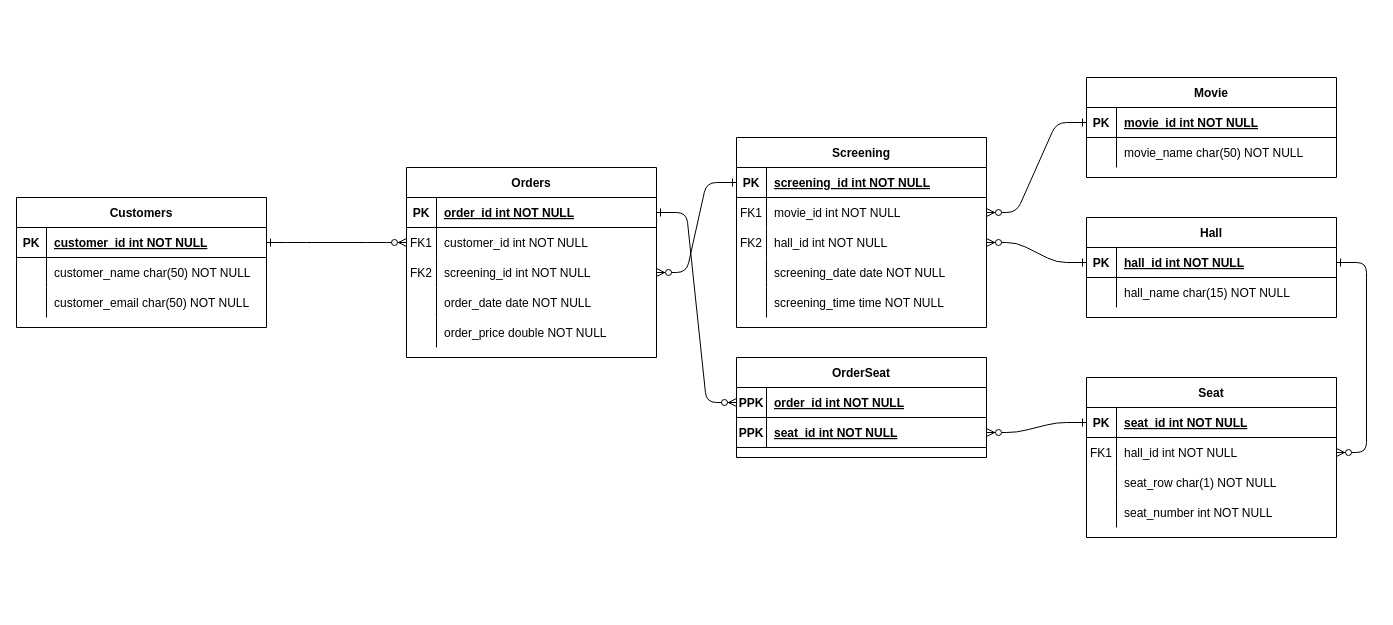
This is database-design.drawio from boolean-uk/database-design, a draw.io file, before an edit. Source tidied: cells renumbered, new cells numbered last; positions are measured from the earlier drawing's top-left corner, leaving out a move shared by most shapes. Both pictures are drawn from the tidied source at 100%, with x=0, y=0 at pixel (16, 77).
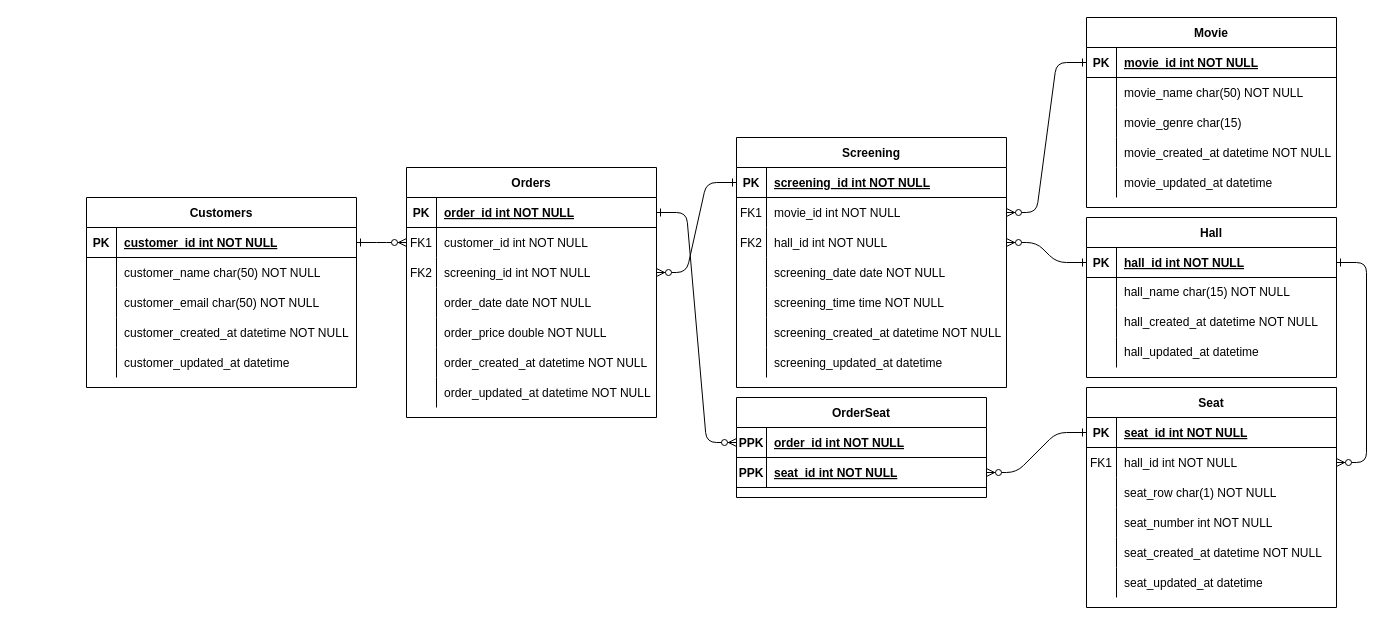
Above is the later version.

The change refers to these unchanged cells:
```xml
<mxCell id="50" style="shape=partialRectangle;fillColor=none;top=0;left=0;right=0;bottom=0;" parent="46" vertex="1">
  <mxGeometry y="60" width="250" height="30" as="geometry" />
</mxCell>
```

What changed in the source:
```diff
@@
     <mxCell id="4" value="Orders" style="shape=table;startSize=30;childLayout=tableLayout;rowLines=0;fontStyle=1;align=center;" parent="1" vertex="1">
-      <mxGeometry x="390" y="90" width="250" height="190" as="geometry" />
+      <mxGeometry x="390" y="90" width="250" height="250" as="geometry" />
     </mxCell>
@@
+    <mxCell id="85" style="shape=partialRectangle;fillColor=none;top=0;left=0;right=0;bottom=0;" parent="4" vertex="1">
+      <mxGeometry y="180" width="250" height="30" as="geometry" />
+    </mxCell>
+    <mxCell id="86" style="shape=partialRectangle;overflow=hidden;fillColor=none;top=0;left=0;bottom=0;right=0;" parent="85" vertex="1">
+      <mxGeometry width="30" height="30" as="geometry" />
+    </mxCell>
+    <mxCell id="87" value="order_created_at datetime NOT NULL" style="shape=partialRectangle;overflow=hidden;fillColor=none;top=0;left=0;bottom=0;right=0;align=left;spacingLeft=6;" parent="85" vertex="1">
+      <mxGeometry x="30" width="220" height="30" as="geometry" />
+    </mxCell>
+    <mxCell id="88" style="shape=partialRectangle;fillColor=none;top=0;left=0;right=0;bottom=0;" parent="4" vertex="1">
+      <mxGeometry y="210" width="250" height="30" as="geometry" />
+    </mxCell>
+    <mxCell id="89" style="shape=partialRectangle;overflow=hidden;fillColor=none;top=0;left=0;bottom=0;right=0;" parent="88" vertex="1">
+      <mxGeometry width="30" height="30" as="geometry" />
+    </mxCell>
+    <mxCell id="90" value="order_updated_at datetime NOT NULL" style="shape=partialRectangle;overflow=hidden;fillColor=none;top=0;left=0;bottom=0;right=0;align=left;spacingLeft=6;" parent="88" vertex="1">
+      <mxGeometry x="30" width="220" height="30" as="geometry" />
+    </mxCell>
     <mxCell id="20" value="Screening" style="shape=table;startSize=30;childLayout=tableLayout;rowLines=0;fontStyle=1;align=center;" parent="1" vertex="1">
-      <mxGeometry x="720" y="60" width="250" height="190" as="geometry" />
+      <mxGeometry x="720" y="60" width="270" height="250" as="geometry" />
     </mxCell>
     <mxCell id="21" style="shape=partialRectangle;fillColor=none;points=[[0,0.5],[1,0.5]];portConstraint=eastwest;top=0;left=0;right=0;bottom=1;" parent="20" vertex="1">
-      <mxGeometry y="30" width="250" height="30" as="geometry" />
+      <mxGeometry y="30" width="270" height="30" as="geometry" />
     </mxCell>
@@
     <mxCell id="23" value="screening_id int NOT NULL " style="shape=partialRectangle;overflow=hidden;fillColor=none;top=0;left=0;bottom=0;right=0;align=left;spacingLeft=6;fontStyle=5;" parent="21" vertex="1">
-      <mxGeometry x="30" width="220" height="30" as="geometry" />
+      <mxGeometry x="30" width="240" height="30" as="geometry" />
     </mxCell>
     <mxCell id="24" style="shape=partialRectangle;fillColor=none;points=[[0,0.5],[1,0.5]];portConstraint=eastwest;top=0;left=0;right=0;bottom=0;" parent="20" vertex="1">
-      <mxGeometry y="60" width="250" height="30" as="geometry" />
+      <mxGeometry y="60" width="270" height="30" as="geometry" />
     </mxCell>
@@
     <mxCell id="26" value="movie_id int NOT NULL" style="shape=partialRectangle;overflow=hidden;fillColor=none;top=0;left=0;bottom=0;right=0;align=left;spacingLeft=6;" parent="24" vertex="1">
-      <mxGeometry x="30" width="220" height="30" as="geometry" />
+      <mxGeometry x="30" width="240" height="30" as="geometry" />
     </mxCell>
     <mxCell id="27" style="shape=partialRectangle;fillColor=none;points=[[0,0.5],[1,0.5]];portConstraint=eastwest;top=0;left=0;right=0;bottom=0;" parent="20" vertex="1">
-      <mxGeometry y="90" width="250" height="30" as="geometry" />
+      <mxGeometry y="90" width="270" height="30" as="geometry" />
     </mxCell>
@@
     <mxCell id="29" value="hall_id int NOT NULL" style="shape=partialRectangle;overflow=hidden;fillColor=none;top=0;left=0;bottom=0;right=0;align=left;spacingLeft=6;" parent="27" vertex="1">
-      <mxGeometry x="30" width="220" height="30" as="geometry" />
+      <mxGeometry x="30" width="240" height="30" as="geometry" />
     </mxCell>
     <mxCell id="30" style="shape=partialRectangle;fillColor=none;top=0;left=0;right=0;bottom=0;" parent="20" vertex="1">
-      <mxGeometry y="120" width="250" height="30" as="geometry" />
+      <mxGeometry y="120" width="270" height="30" as="geometry" />
     </mxCell>
@@
     <mxCell id="32" value="screening_date date NOT NULL" style="shape=partialRectangle;overflow=hidden;fillColor=none;top=0;left=0;bottom=0;right=0;align=left;spacingLeft=6;" parent="30" vertex="1">
-      <mxGeometry x="30" width="220" height="30" as="geometry" />
+      <mxGeometry x="30" width="240" height="30" as="geometry" />
     </mxCell>
     <mxCell id="33" style="shape=partialRectangle;fillColor=none;top=0;left=0;right=0;bottom=0;" parent="20" vertex="1">
-      <mxGeometry y="150" width="250" height="30" as="geometry" />
+      <mxGeometry y="150" width="270" height="30" as="geometry" />
     </mxCell>
@@
     <mxCell id="35" value="screening_time time NOT NULL" style="shape=partialRectangle;overflow=hidden;fillColor=none;top=0;left=0;bottom=0;right=0;align=left;spacingLeft=6;" parent="33" vertex="1">
-      <mxGeometry x="30" width="220" height="30" as="geometry" />
+      <mxGeometry x="30" width="240" height="30" as="geometry" />
     </mxCell>
+    <mxCell id="91" style="shape=partialRectangle;fillColor=none;top=0;left=0;right=0;bottom=0;" parent="20" vertex="1">
+      <mxGeometry y="180" width="270" height="30" as="geometry" />
+    </mxCell>
+    <mxCell id="92" style="shape=partialRectangle;overflow=hidden;fillColor=none;top=0;left=0;bottom=0;right=0;" parent="91" vertex="1">
+      <mxGeometry width="30" height="30" as="geometry" />
+    </mxCell>
+    <mxCell id="93" value="screening_created_at datetime NOT NULL" style="shape=partialRectangle;overflow=hidden;fillColor=none;top=0;left=0;bottom=0;right=0;align=left;spacingLeft=6;" parent="91" vertex="1">
+      <mxGeometry x="30" width="240" height="30" as="geometry" />
+    </mxCell>
+    <mxCell id="94" style="shape=partialRectangle;fillColor=none;top=0;left=0;right=0;bottom=0;" parent="20" vertex="1">
+      <mxGeometry y="210" width="270" height="30" as="geometry" />
+    </mxCell>
+    <mxCell id="95" style="shape=partialRectangle;overflow=hidden;fillColor=none;top=0;left=0;bottom=0;right=0;" parent="94" vertex="1">
+      <mxGeometry width="30" height="30" as="geometry" />
+    </mxCell>
+    <mxCell id="96" value="screening_updated_at datetime" style="shape=partialRectangle;overflow=hidden;fillColor=none;top=0;left=0;bottom=0;right=0;align=left;spacingLeft=6;" parent="94" vertex="1">
+      <mxGeometry x="30" width="240" height="30" as="geometry" />
+    </mxCell>
     <mxCell id="36" value="Customers" style="shape=table;startSize=30;childLayout=tableLayout;rowLines=0;fontStyle=1;align=center;" parent="1" vertex="1">
-      <mxGeometry y="120" width="250" height="130" as="geometry" />
+      <mxGeometry x="70" y="120" width="270" height="190" as="geometry" />
     </mxCell>
     <mxCell id="37" style="shape=partialRectangle;fillColor=none;points=[[0,0.5],[1,0.5]];portConstraint=eastwest;top=0;left=0;right=0;bottom=1;" parent="36" vertex="1">
-      <mxGeometry y="30" width="250" height="30" as="geometry" />
+      <mxGeometry y="30" width="270" height="30" as="geometry" />
     </mxCell>
@@
     <mxCell id="39" value="customer_id int NOT NULL " style="shape=partialRectangle;overflow=hidden;fillColor=none;top=0;left=0;bottom=0;right=0;align=left;spacingLeft=6;fontStyle=5;" parent="37" vertex="1">
-      <mxGeometry x="30" width="220" height="30" as="geometry" />
+      <mxGeometry x="30" width="240" height="30" as="geometry" />
     </mxCell>
     <mxCell id="40" style="shape=partialRectangle;fillColor=none;top=0;left=0;right=0;bottom=0;" parent="36" vertex="1">
-      <mxGeometry y="60" width="250" height="30" as="geometry" />
+      <mxGeometry y="60" width="270" height="30" as="geometry" />
     </mxCell>
@@
     <mxCell id="42" value="customer_name char(50) NOT NULL" style="shape=partialRectangle;overflow=hidden;fillColor=none;top=0;left=0;bottom=0;right=0;align=left;spacingLeft=6;" parent="40" vertex="1">
-      <mxGeometry x="30" width="220" height="30" as="geometry" />
+      <mxGeometry x="30" width="240" height="30" as="geometry" />
     </mxCell>
     <mxCell id="43" style="shape=partialRectangle;fillColor=none;top=0;left=0;right=0;bottom=0;" parent="36" vertex="1">
-      <mxGeometry y="90" width="250" height="30" as="geometry" />
+      <mxGeometry y="90" width="270" height="30" as="geometry" />
     </mxCell>
@@
     <mxCell id="45" value="customer_email char(50) NOT NULL" style="shape=partialRectangle;overflow=hidden;fillColor=none;top=0;left=0;bottom=0;right=0;align=left;spacingLeft=6;" parent="43" vertex="1">
-      <mxGeometry x="30" width="220" height="30" as="geometry" />
+      <mxGeometry x="30" width="240" height="30" as="geometry" />
     </mxCell>
+    <mxCell id="97" style="shape=partialRectangle;fillColor=none;top=0;left=0;right=0;bottom=0;" parent="36" vertex="1">
+      <mxGeometry y="120" width="270" height="30" as="geometry" />
+    </mxCell>
+    <mxCell id="98" style="shape=partialRectangle;overflow=hidden;fillColor=none;top=0;left=0;bottom=0;right=0;" parent="97" vertex="1">
+      <mxGeometry width="30" height="30" as="geometry" />
+    </mxCell>
+    <mxCell id="99" value="customer_created_at datetime NOT NULL" style="shape=partialRectangle;overflow=hidden;fillColor=none;top=0;left=0;bottom=0;right=0;align=left;spacingLeft=6;" parent="97" vertex="1">
+      <mxGeometry x="30" width="240" height="30" as="geometry" />
+    </mxCell>
+    <mxCell id="100" style="shape=partialRectangle;fillColor=none;top=0;left=0;right=0;bottom=0;" parent="36" vertex="1">
+      <mxGeometry y="150" width="270" height="30" as="geometry" />
+    </mxCell>
+    <mxCell id="101" style="shape=partialRectangle;overflow=hidden;fillColor=none;top=0;left=0;bottom=0;right=0;" parent="100" vertex="1">
+      <mxGeometry width="30" height="30" as="geometry" />
+    </mxCell>
+    <mxCell id="102" value="customer_updated_at datetime" style="shape=partialRectangle;overflow=hidden;fillColor=none;top=0;left=0;bottom=0;right=0;align=left;spacingLeft=6;" parent="100" vertex="1">
+      <mxGeometry x="30" width="240" height="30" as="geometry" />
+    </mxCell>
     <mxCell id="46" value="Hall" style="shape=table;startSize=30;childLayout=tableLayout;rowLines=0;fontStyle=1;align=center;" parent="1" vertex="1">
-      <mxGeometry x="1070" y="140" width="250" height="100" as="geometry" />
+      <mxGeometry x="1070" y="140" width="250" height="160" as="geometry" />
     </mxCell>
@@
-    <mxCell id="52" value="hall_name char(15) NOT NULL" style="shape=partialRectangle;overflow=hidden;fillColor=none;top=0;left=0;bottom=0;right=0;align=left;spacingLeft=6;" parent="50" vertex="1">
+    <mxCell id="52" value="hall_name char(15) NOT NULL" style="shape=partialRectangle;overflow=hidden;fillColor=none;top=0;left=0;bottom=0;right=0;align=left;spacingLeft=6;whiteSpace=wrap;" parent="50" vertex="1">
       <mxGeometry x="30" width="220" height="30" as="geometry" />
     </mxCell>
+    <mxCell id="103" style="shape=partialRectangle;fillColor=none;top=0;left=0;right=0;bottom=0;" parent="46" vertex="1">
+      <mxGeometry y="90" width="250" height="30" as="geometry" />
+    </mxCell>
+    <mxCell id="104" style="shape=partialRectangle;overflow=hidden;fillColor=none;top=0;left=0;bottom=0;right=0;" parent="103" vertex="1">
+      <mxGeometry width="30" height="30" as="geometry" />
+    </mxCell>
+    <mxCell id="105" value="hall_created_at datetime NOT NULL" style="shape=partialRectangle;overflow=hidden;fillColor=none;top=0;left=0;bottom=0;right=0;align=left;spacingLeft=6;whiteSpace=wrap;" parent="103" vertex="1">
+      <mxGeometry x="30" width="220" height="30" as="geometry" />
+    </mxCell>
+    <mxCell id="106" style="shape=partialRectangle;fillColor=none;top=0;left=0;right=0;bottom=0;" parent="46" vertex="1">
+      <mxGeometry y="120" width="250" height="30" as="geometry" />
+    </mxCell>
+    <mxCell id="107" style="shape=partialRectangle;overflow=hidden;fillColor=none;top=0;left=0;bottom=0;right=0;" parent="106" vertex="1">
+      <mxGeometry width="30" height="30" as="geometry" />
+    </mxCell>
+    <mxCell id="108" value="hall_updated_at datetime" style="shape=partialRectangle;overflow=hidden;fillColor=none;top=0;left=0;bottom=0;right=0;align=left;spacingLeft=6;whiteSpace=wrap;" parent="106" vertex="1">
+      <mxGeometry x="30" width="220" height="30" as="geometry" />
+    </mxCell>
     <mxCell id="53" value="Movie" style="shape=table;startSize=30;childLayout=tableLayout;rowLines=0;fontStyle=1;align=center;" parent="1" vertex="1">
-      <mxGeometry x="1070" width="250" height="100" as="geometry" />
+      <mxGeometry x="1070" y="-60" width="250" height="190" as="geometry" />
     </mxCell>
@@
+    <mxCell id="109" style="shape=partialRectangle;fillColor=none;top=0;left=0;right=0;bottom=0;" parent="53" vertex="1">
+      <mxGeometry y="90" width="250" height="30" as="geometry" />
+    </mxCell>
+    <mxCell id="110" style="shape=partialRectangle;overflow=hidden;fillColor=none;top=0;left=0;bottom=0;right=0;" parent="109" vertex="1">
+      <mxGeometry width="30" height="30" as="geometry" />
+    </mxCell>
+    <mxCell id="111" value="movie_genre char(15)" style="shape=partialRectangle;overflow=hidden;fillColor=none;top=0;left=0;bottom=0;right=0;align=left;spacingLeft=6;" parent="109" vertex="1">
+      <mxGeometry x="30" width="220" height="30" as="geometry" />
+    </mxCell>
+    <mxCell id="112" style="shape=partialRectangle;fillColor=none;top=0;left=0;right=0;bottom=0;" parent="53" vertex="1">
+      <mxGeometry y="120" width="250" height="30" as="geometry" />
+    </mxCell>
+    <mxCell id="113" style="shape=partialRectangle;overflow=hidden;fillColor=none;top=0;left=0;bottom=0;right=0;" parent="112" vertex="1">
+      <mxGeometry width="30" height="30" as="geometry" />
+    </mxCell>
+    <mxCell id="114" value="movie_created_at datetime NOT NULL" style="shape=partialRectangle;overflow=hidden;fillColor=none;top=0;left=0;bottom=0;right=0;align=left;spacingLeft=6;" parent="112" vertex="1">
+      <mxGeometry x="30" width="220" height="30" as="geometry" />
+    </mxCell>
+    <mxCell id="115" style="shape=partialRectangle;fillColor=none;top=0;left=0;right=0;bottom=0;" parent="53" vertex="1">
+      <mxGeometry y="150" width="250" height="30" as="geometry" />
+    </mxCell>
+    <mxCell id="116" style="shape=partialRectangle;overflow=hidden;fillColor=none;top=0;left=0;bottom=0;right=0;" parent="115" vertex="1">
+      <mxGeometry width="30" height="30" as="geometry" />
+    </mxCell>
+    <mxCell id="117" value="movie_updated_at datetime" style="shape=partialRectangle;overflow=hidden;fillColor=none;top=0;left=0;bottom=0;right=0;align=left;spacingLeft=6;" parent="115" vertex="1">
+      <mxGeometry x="30" width="220" height="30" as="geometry" />
+    </mxCell>
@@
     <mxCell id="62" value="Seat" style="shape=table;startSize=30;childLayout=tableLayout;rowLines=0;fontStyle=1;align=center;" parent="1" vertex="1">
-      <mxGeometry x="1070" y="300" width="250" height="160" as="geometry" />
+      <mxGeometry x="1070" y="310" width="250" height="220" as="geometry" />
     </mxCell>
@@
+    <mxCell id="118" style="shape=partialRectangle;fillColor=none;top=0;left=0;right=0;bottom=0;" parent="62" vertex="1">
+      <mxGeometry y="150" width="250" height="30" as="geometry" />
+    </mxCell>
+    <mxCell id="119" style="shape=partialRectangle;overflow=hidden;fillColor=none;top=0;left=0;bottom=0;right=0;" parent="118" vertex="1">
+      <mxGeometry width="30" height="30" as="geometry" />
+    </mxCell>
+    <mxCell id="120" value="seat_created_at datetime NOT NULL" style="shape=partialRectangle;overflow=hidden;fillColor=none;top=0;left=0;bottom=0;right=0;align=left;spacingLeft=6;" parent="118" vertex="1">
+      <mxGeometry x="30" width="220" height="30" as="geometry" />
+    </mxCell>
+    <mxCell id="121" style="shape=partialRectangle;fillColor=none;top=0;left=0;right=0;bottom=0;" parent="62" vertex="1">
+      <mxGeometry y="180" width="250" height="30" as="geometry" />
+    </mxCell>
+    <mxCell id="122" style="shape=partialRectangle;overflow=hidden;fillColor=none;top=0;left=0;bottom=0;right=0;" parent="121" vertex="1">
+      <mxGeometry width="30" height="30" as="geometry" />
+    </mxCell>
+    <mxCell id="123" value="seat_updated_at datetime" style="shape=partialRectangle;overflow=hidden;fillColor=none;top=0;left=0;bottom=0;right=0;align=left;spacingLeft=6;" parent="121" vertex="1">
+      <mxGeometry x="30" width="220" height="30" as="geometry" />
+    </mxCell>
@@
     <mxCell id="78" value="OrderSeat" style="shape=table;startSize=30;childLayout=tableLayout;rowLines=0;fontStyle=1;align=center;" parent="1" vertex="1">
-      <mxGeometry x="720" y="280" width="250" height="100" as="geometry" />
+      <mxGeometry x="720" y="320" width="250" height="100" as="geometry" />
     </mxCell>
```
